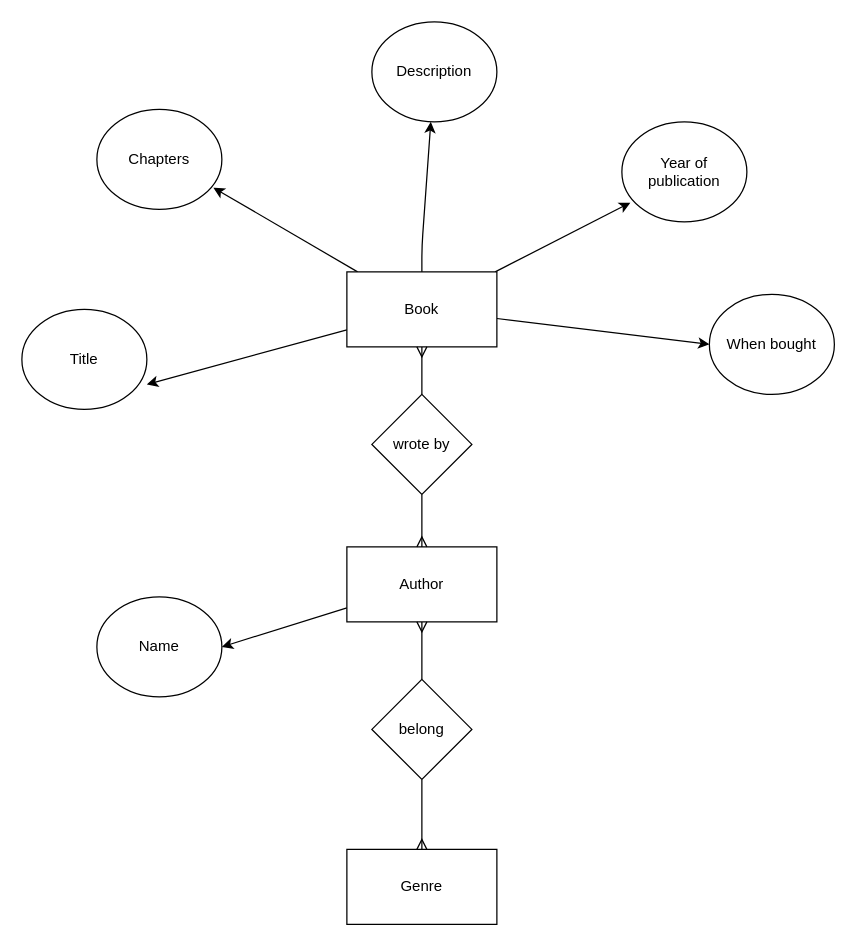
The draw.io diagram page "ER" (2 of 3) of diagrams.drawio in Adipe92/BE-Database-Day1, before the edit. Source tidied: cells renumbered, new cells numbered last; positions are measured from the earlier drawing's top-left corner, leaving out a move shared by most shapes. Both pictures are drawn from the tidied source at 125%, with x=0, y=0 at pixel (21, 21).
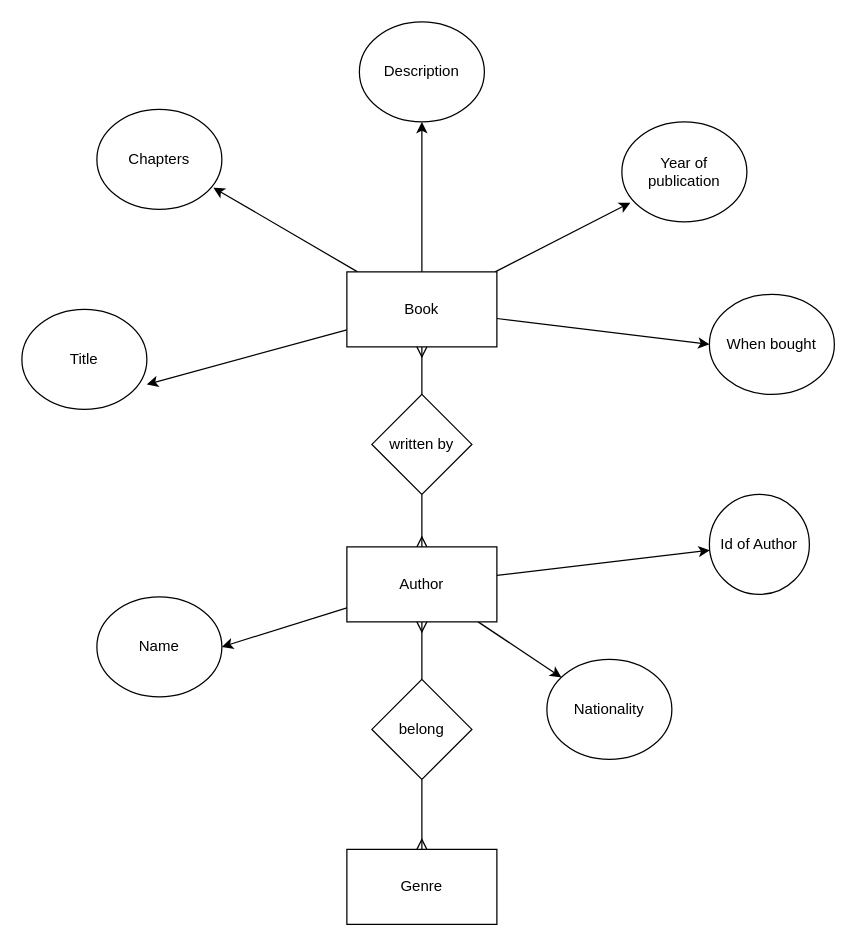
After the change.

Unchanged cells that the change refers to:
```xml
<mxCell id="9" value="Author" style="rounded=0;whiteSpace=wrap;html=1;" parent="1" vertex="1">
  <mxGeometry x="260" y="420" width="120" height="60" as="geometry" />
</mxCell>
```

The edit, as a diff of the source:
```diff
@@
+    <mxCell id="23" style="edgeStyle=none;html=1;endArrow=classic;endFill=1;" parent="1" edge="1" source="9" target="25">
+      <mxGeometry relative="1" as="geometry" />
+    </mxCell>
+    <mxCell id="24" style="edgeStyle=none;html=1;endArrow=classic;endFill=1;" parent="1" edge="1" source="9" target="26">
+      <mxGeometry relative="1" as="geometry" />
+    </mxCell>
@@
-    <mxCell id="16" value="wrote by" style="rhombus;whiteSpace=wrap;html=1;" parent="1" vertex="1">
+    <mxCell id="16" value="written by" style="rhombus;whiteSpace=wrap;html=1;" parent="1" vertex="1">
       <mxGeometry x="280" y="298" width="80" height="80" as="geometry" />
     </mxCell>
@@
     <mxCell id="19" value="Description" style="ellipse;whiteSpace=wrap;html=1;" parent="1" vertex="1">
-      <mxGeometry x="280" width="100" height="80" as="geometry" />
+      <mxGeometry x="270" width="100" height="80" as="geometry" />
     </mxCell>
@@
+    <mxCell id="25" value="Nationality" style="ellipse;whiteSpace=wrap;html=1;" parent="1" vertex="1">
+      <mxGeometry x="420" y="510" width="100" height="80" as="geometry" />
+    </mxCell>
+    <mxCell id="26" value="Id of Author" style="ellipse;whiteSpace=wrap;html=1;" parent="1" vertex="1">
+      <mxGeometry x="550" y="378" width="80" height="80" as="geometry" />
+    </mxCell>
```
